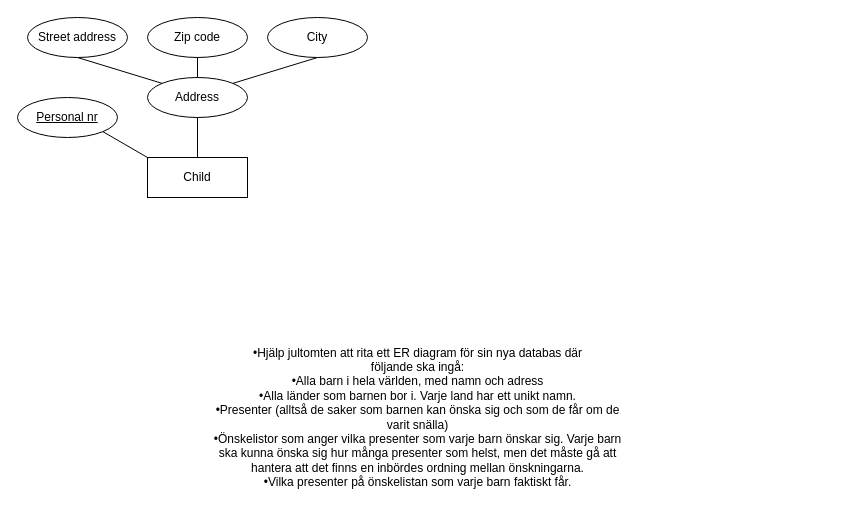
TomasDahlander/FunctionalProgrammingExemination keeps this draw.io diagram as Untitled Diagram.drawio. Above is the earlier version. Source tidied: cells renumbered, new cells numbered last; positions are measured from the earlier drawing's top-left corner, leaving out a move shared by most shapes. Both pictures are drawn from the tidied source at 100%, with x=0, y=0 at pixel (17, 17).
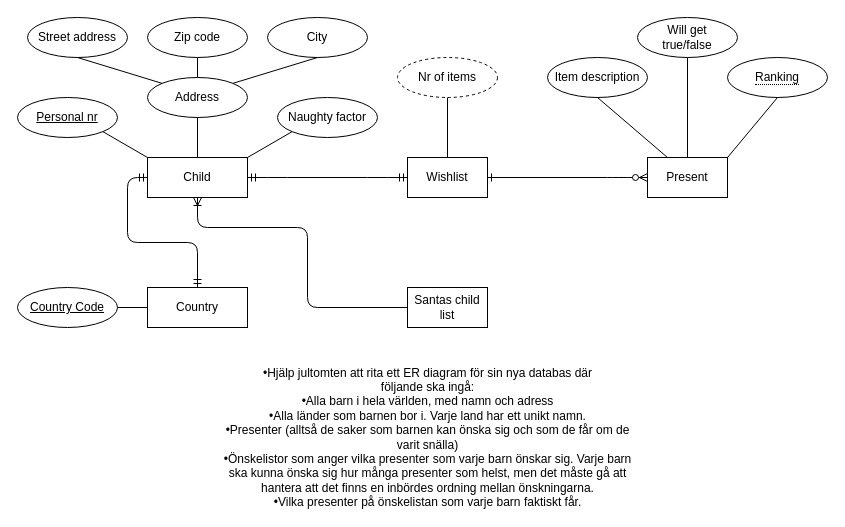
The same diagram, later.

The change refers to these unchanged cells:
```xml
<mxCell id="3" value="Child" style="whiteSpace=wrap;html=1;align=center;" parent="1" vertex="1">
  <mxGeometry x="130" y="140" width="100" height="40" as="geometry" />
</mxCell>
```

The edit, as a diff of the source:
```diff
@@
     <mxCell id="2" value="&lt;div&gt;•&lt;span&gt;Hjälp jultomten att rita ett ER diagram för sin nya databas där&lt;/span&gt;&lt;/div&gt;&lt;div&gt;följande ska ingå:&lt;/div&gt;&lt;div&gt;•&lt;span&gt;Alla barn i hela världen, med namn och adress&lt;/span&gt;&lt;/div&gt;&lt;div&gt;•&lt;span&gt;Alla länder som barnen bor i. Varje land har ett unikt namn.&lt;/span&gt;&lt;/div&gt;&lt;div&gt;•&lt;span&gt;Presenter (alltså de saker som barnen kan önska sig och som de får om de&lt;/span&gt;&lt;/div&gt;&lt;div&gt;varit snälla)&lt;/div&gt;&lt;div&gt;•&lt;span&gt;Önskelistor som anger vilka presenter som varje barn önskar sig. Varje barn&lt;/span&gt;&lt;/div&gt;&lt;div&gt;ska kunna önska sig hur många presenter som helst, men det måste gå att&lt;/div&gt;&lt;div&gt;hantera att det finns en inbördes ordning mellan önskningarna.&lt;/div&gt;&lt;div&gt;•&lt;span&gt;Vilka presenter på önskelistan som varje barn faktiskt får.&lt;/span&gt;&lt;/div&gt;" style="text;html=1;align=center;verticalAlign=middle;" parent="1" vertex="1">
-      <mxGeometry x="190" y="330" width="420" height="140" as="geometry" />
+      <mxGeometry x="200" y="350" width="420" height="140" as="geometry" />
     </mxCell>
@@
+    <mxCell id="14" value="Present" style="whiteSpace=wrap;html=1;align=center;" parent="1" vertex="1">
+      <mxGeometry x="630" y="140" width="80" height="40" as="geometry" />
+    </mxCell>
+    <mxCell id="15" value="Wishlist" style="whiteSpace=wrap;html=1;align=center;" parent="1" vertex="1">
+      <mxGeometry x="390" y="140" width="80" height="40" as="geometry" />
+    </mxCell>
+    <mxCell id="16" style="edgeStyle=entityRelationEdgeStyle;fontSize=12;html=1;endArrow=ERmandOne;startArrow=ERmandOne;align=center;exitX=1;exitY=0.5;exitDx=0;exitDy=0;entryX=0;entryY=0.5;entryDx=0;entryDy=0;" parent="1" edge="1" source="3" target="15">
+      <mxGeometry relative="1" as="geometry" />
+    </mxCell>
+    <mxCell id="17" value="Item description" style="ellipse;whiteSpace=wrap;html=1;align=center;fontFamily=Helvetica;" parent="1" vertex="1">
+      <mxGeometry x="530" y="40" width="100" height="40" as="geometry" />
+    </mxCell>
+    <mxCell id="18" value="Will get&lt;br&gt;true/false" style="ellipse;whiteSpace=wrap;html=1;align=center;fontFamily=Helvetica;" parent="1" vertex="1">
+      <mxGeometry x="620" width="100" height="40" as="geometry" />
+    </mxCell>
+    <mxCell id="19" value="&lt;span style=&quot;border-bottom: 1px dotted&quot;&gt;Ranking&lt;/span&gt;" style="ellipse;whiteSpace=wrap;html=1;align=center;fontFamily=Helvetica;" parent="1" vertex="1">
+      <mxGeometry x="710" y="40" width="100" height="40" as="geometry" />
+    </mxCell>
+    <mxCell id="20" style="endArrow=none;html=1;rounded=0;fontFamily=Helvetica;align=center;exitX=0.5;exitY=1;exitDx=0;exitDy=0;entryX=0.25;entryY=0;entryDx=0;entryDy=0;" parent="1" edge="1" source="17" target="14">
+      <mxGeometry relative="1" as="geometry" />
+    </mxCell>
+    <mxCell id="21" style="endArrow=none;html=1;rounded=0;fontFamily=Helvetica;align=center;exitX=0.5;exitY=1;exitDx=0;exitDy=0;entryX=0.5;entryY=0;entryDx=0;entryDy=0;" parent="1" edge="1" source="18" target="14">
+      <mxGeometry relative="1" as="geometry" />
+    </mxCell>
+    <mxCell id="22" style="endArrow=none;html=1;rounded=0;fontFamily=Helvetica;align=center;entryX=0.5;entryY=1;entryDx=0;entryDy=0;exitX=1;exitY=0;exitDx=0;exitDy=0;" parent="1" edge="1" source="14" target="19">
+      <mxGeometry relative="1" as="geometry" />
+    </mxCell>
+    <mxCell id="23" value="Country" style="whiteSpace=wrap;html=1;align=center;fontFamily=Helvetica;" parent="1" vertex="1">
+      <mxGeometry x="130" y="270" width="100" height="40" as="geometry" />
+    </mxCell>
+    <mxCell id="24" style="edgeStyle=orthogonalEdgeStyle;fontSize=12;html=1;endArrow=ERmandOne;startArrow=ERmandOne;align=center;rounded=1;jumpStyle=none;entryX=0;entryY=0.5;entryDx=0;entryDy=0;exitX=0.5;exitY=0;exitDx=0;exitDy=0;" parent="1" edge="1" source="23" target="3">
+      <mxGeometry relative="1" as="geometry">
+        <Array as="points">
+          <mxPoint x="180" y="225" />
+          <mxPoint x="110" y="225" />
+          <mxPoint x="110" y="160" />
+        </Array>
+      </mxGeometry>
+    </mxCell>
+    <mxCell id="25" value="Country Code" style="ellipse;whiteSpace=wrap;html=1;align=center;fontStyle=4;fontFamily=Helvetica;" parent="1" vertex="1">
+      <mxGeometry y="270" width="100" height="40" as="geometry" />
+    </mxCell>
+    <mxCell id="26" style="endArrow=none;html=1;rounded=0;fontFamily=Helvetica;align=center;exitX=1;exitY=0.5;exitDx=0;exitDy=0;entryX=0;entryY=0.5;entryDx=0;entryDy=0;" parent="1" edge="1" source="25" target="23">
+      <mxGeometry relative="1" as="geometry" />
+    </mxCell>
+    <mxCell id="27" value="Nr of items" style="ellipse;whiteSpace=wrap;html=1;align=center;dashed=1;fontFamily=Helvetica;" parent="1" vertex="1">
+      <mxGeometry x="380" y="40" width="100" height="40" as="geometry" />
+    </mxCell>
+    <mxCell id="28" style="endArrow=none;html=1;rounded=0;fontFamily=Helvetica;align=center;exitX=0.5;exitY=1;exitDx=0;exitDy=0;entryX=0.5;entryY=0;entryDx=0;entryDy=0;" parent="1" edge="1" source="27" target="15">
+      <mxGeometry relative="1" as="geometry" />
+    </mxCell>
+    <mxCell id="29" style="edgeStyle=entityRelationEdgeStyle;fontSize=12;html=1;endArrow=ERzeroToMany;endFill=1;align=center;entryX=0;entryY=0.5;entryDx=0;entryDy=0;" parent="1" edge="1" target="14">
+      <mxGeometry relative="1" as="geometry">
+        <mxPoint x="550" y="160" as="sourcePoint" />
+      </mxGeometry>
+    </mxCell>
+    <mxCell id="30" style="edgeStyle=entityRelationEdgeStyle;fontSize=12;html=1;endArrow=ERone;endFill=1;align=center;entryX=1;entryY=0.5;entryDx=0;entryDy=0;" parent="1" edge="1" target="15">
+      <mxGeometry relative="1" as="geometry">
+        <mxPoint x="550" y="160" as="sourcePoint" />
+      </mxGeometry>
+    </mxCell>
+    <mxCell id="31" value="Santas child list" style="whiteSpace=wrap;html=1;align=center;fontFamily=Helvetica;" parent="1" vertex="1">
+      <mxGeometry x="390" y="270" width="80" height="40" as="geometry" />
+    </mxCell>
+    <mxCell id="32" style="fontSize=12;html=1;endArrow=ERoneToMany;align=center;exitX=0;exitY=0.5;exitDx=0;exitDy=0;edgeStyle=orthogonalEdgeStyle;" parent="1" edge="1" source="31">
+      <mxGeometry relative="1" as="geometry">
+        <mxPoint x="180" y="180" as="targetPoint" />
+        <Array as="points">
+          <mxPoint x="290" y="290" />
+          <mxPoint x="290" y="210" />
+          <mxPoint x="180" y="210" />
+        </Array>
+      </mxGeometry>
+    </mxCell>
+    <mxCell id="33" value="Naughty factor" style="ellipse;whiteSpace=wrap;html=1;align=center;fontFamily=Helvetica;" parent="1" vertex="1">
+      <mxGeometry x="260" y="80" width="100" height="40" as="geometry" />
+    </mxCell>
+    <mxCell id="34" style="endArrow=none;html=1;rounded=0;fontFamily=Helvetica;align=center;exitX=1;exitY=0;exitDx=0;exitDy=0;entryX=0;entryY=1;entryDx=0;entryDy=0;" parent="1" edge="1" source="3" target="33">
+      <mxGeometry relative="1" as="geometry" />
+    </mxCell>
```
